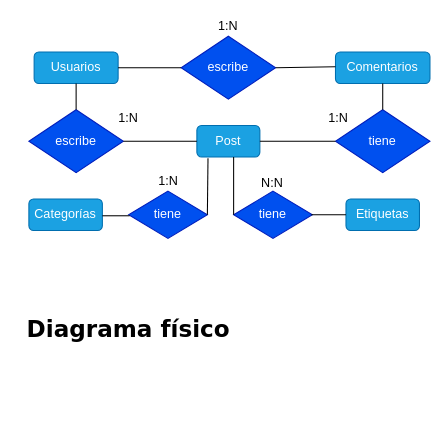
karenbuenoh18/diagramas keeps this draw.io diagram as Diagrama sin título.drawio. Above is the earlier version. Source tidied: cells renumbered, new cells numbered last; positions are measured from the earlier drawing's top-left corner, leaving out a move shared by most shapes. Both pictures are drawn from the tidied source at 105%, with x=0, y=0 at pixel (18, 18).
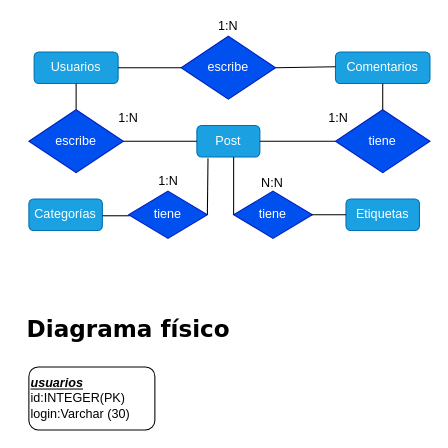
After the change.

Change to the diagram source:
```diff
@@
+    <mxCell id="28" value="&lt;u style=&quot;font-style: italic; font-weight: bold;&quot;&gt;usuarios&lt;/u&gt;&lt;br&gt;id:INTEGER(PK)&lt;br&gt;login:Varchar (30)" style="rounded=1;whiteSpace=wrap;html=1;align=left;" parent="1" vertex="1">
+      <mxGeometry x="10" y="332" width="120" height="60" as="geometry" />
+    </mxCell>
```
